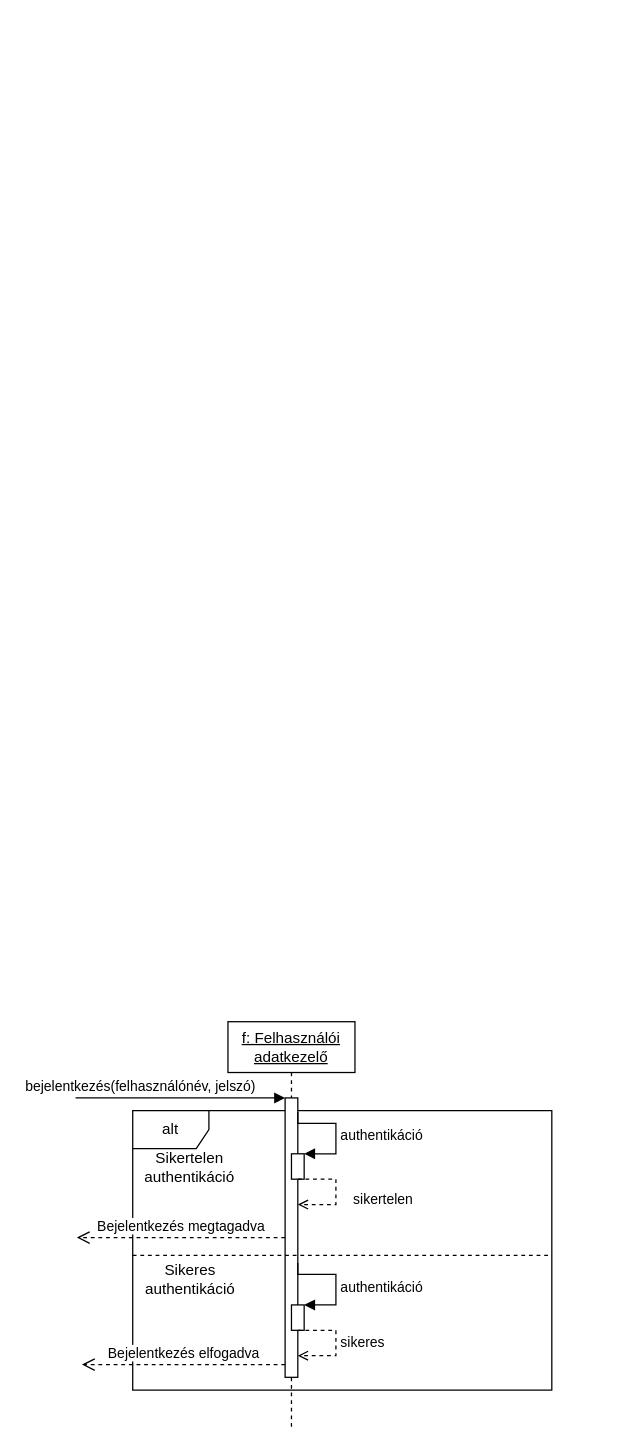
Before: doc/editable_files/login_seq.drawio in amadehegedus/cool, a draw.io diagram. Source tidied: cells renumbered, new cells numbered last; positions are measured from the earlier drawing's top-left corner, leaving out a move shared by most shapes. Both pictures are drawn from the tidied source at 127%, with x=0, y=0 at pixel (75, 1021).
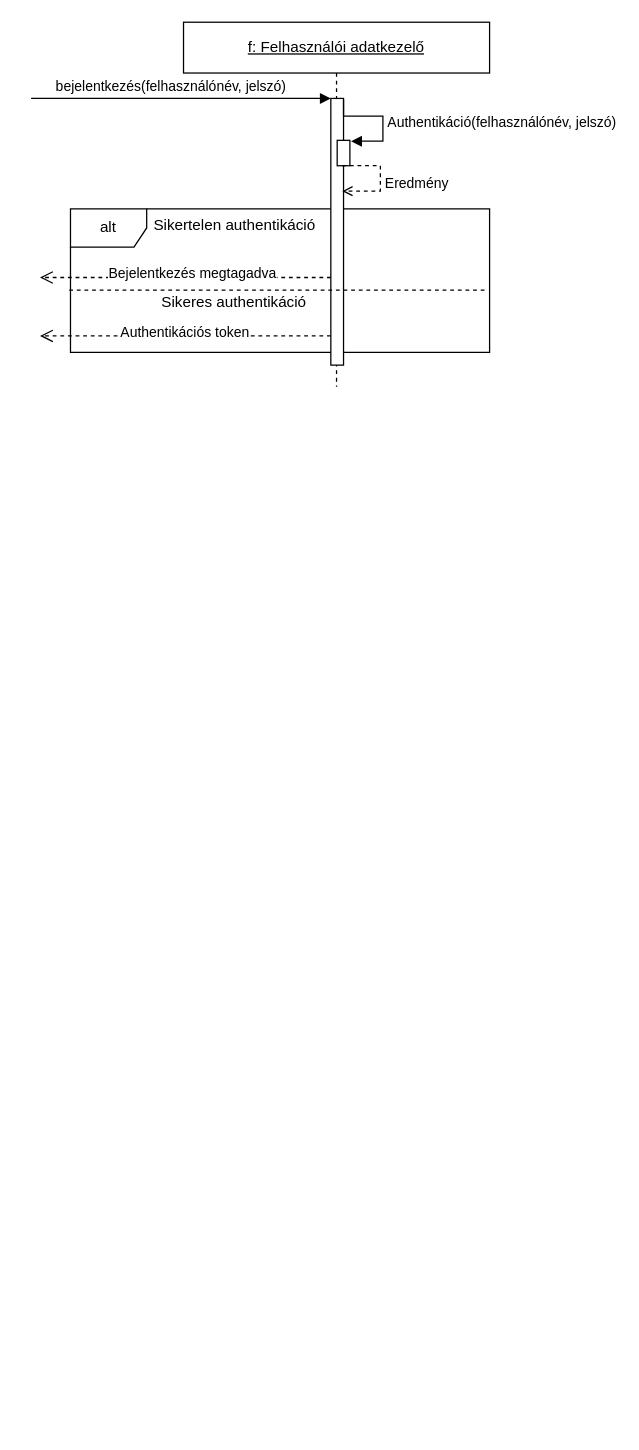
The same page after the edit.

The edit, as a diff of the source:
```diff
@@
+    <mxCell id="3" value="&lt;u&gt;f: Felhasználói adatkezelő&lt;/u&gt;" style="shape=umlLifeline;perimeter=lifelinePerimeter;whiteSpace=wrap;html=1;" parent="1" vertex="1">
+      <mxGeometry x="85" y="-787" width="241" height="287" as="geometry" />
+    </mxCell>
-    <mxCell id="2" value="alt" style="shape=umlFrame;whiteSpace=wrap;html=1;" parent="1" vertex="1">
-      <mxGeometry x="45" y="70" width="330" height="220" as="geometry" />
+    <mxCell id="2" value="alt" style="shape=umlFrame;whiteSpace=wrap;html=1;" parent="3" vertex="1">
+      <mxGeometry x="-89" y="147" width="330" height="113" as="geometry" />
     </mxCell>
-    <mxCell id="3" value="&lt;u&gt;f: Felhasználói adatkezelő&lt;/u&gt;" style="shape=umlLifeline;perimeter=lifelinePerimeter;whiteSpace=wrap;html=1;" parent="1" vertex="1">
-      <mxGeometry x="120" width="100" height="320" as="geometry" />
-    </mxCell>
     <mxCell id="4" style="html=1;points=[];perimeter=orthogonalPerimeter;" parent="3" vertex="1">
-      <mxGeometry x="45" y="60" width="10" height="220" as="geometry" />
+      <mxGeometry x="116" y="60" width="10" height="210" as="geometry" />
     </mxCell>
     <mxCell id="5" value="bejelentkezés(felhasználónév, jelszó)" style="html=1;verticalAlign=bottom;endArrow=block;entryX=0;entryY=0;rounded=0;" parent="3" edge="1" target="4">
-      <mxGeometry x="-0.38" relative="1" as="geometry">
+      <mxGeometry x="-0.07" relative="1" as="geometry">
         <mxPoint x="-120" y="60" as="sourcePoint" />
       </mxGeometry>
     </mxCell>
     <mxCell id="6" style="html=1;points=[];perimeter=orthogonalPerimeter;" parent="3" vertex="1">
-      <mxGeometry x="50" y="104" width="10" height="20" as="geometry" />
+      <mxGeometry x="121" y="93" width="10" height="20" as="geometry" />
     </mxCell>
-    <mxCell id="7" value="authentikáció" style="edgeStyle=orthogonalEdgeStyle;html=1;align=left;spacingLeft=2;endArrow=block;rounded=0;entryX=1;entryY=0;" parent="3" edge="1" target="6">
+    <mxCell id="7" value="Authentikáció(felhasználónév, jelszó)" style="edgeStyle=orthogonalEdgeStyle;html=1;align=left;spacingLeft=2;endArrow=block;rounded=0;entryX=0.992;entryY=0.184;entryDx=0;entryDy=0;entryPerimeter=0;" parent="3" edge="1">
       <mxGeometry x="0.11" relative="1" as="geometry">
-        <mxPoint x="55" y="71" as="sourcePoint" />
+        <mxPoint x="126" y="61" as="sourcePoint" />
+        <mxPoint x="131.9" y="93.7" as="targetPoint" />
         <Array as="points">
-          <mxPoint x="55" y="80" />
-          <mxPoint x="85" y="80" />
-          <mxPoint x="85" y="104" />
+          <mxPoint x="126" y="74" />
+          <mxPoint x="157" y="74" />
+          <mxPoint x="157" y="94" />
         </Array>
       </mxGeometry>
     </mxCell>
-    <mxCell id="8" value="sikertelen" style="edgeStyle=orthogonalEdgeStyle;html=1;align=left;spacingLeft=2;endArrow=open;rounded=0;entryX=1;entryY=0.192;entryDx=0;entryDy=0;entryPerimeter=0;dashed=1;endFill=0;" parent="3" edge="1">
-      <mxGeometry x="0.15" y="10" relative="1" as="geometry">
-        <mxPoint x="55" y="124" as="sourcePoint" />
-        <mxPoint x="55" y="144" as="targetPoint" />
+    <mxCell id="8" value="Eredmény" style="edgeStyle=orthogonalEdgeStyle;html=1;align=left;spacingLeft=2;endArrow=open;rounded=0;entryX=1;entryY=0.192;entryDx=0;entryDy=0;entryPerimeter=0;dashed=1;endFill=0;" parent="3" edge="1">
+      <mxGeometry x="0.1" relative="1" as="geometry">
+        <mxPoint x="125" y="113" as="sourcePoint" />
+        <mxPoint x="125" y="133" as="targetPoint" />
         <Array as="points">
-          <mxPoint x="85" y="124" />
-          <mxPoint x="85" y="144" />
+          <mxPoint x="155" y="113" />
+          <mxPoint x="155" y="133" />
         </Array>
       </mxGeometry>
     </mxCell>
-    <mxCell id="9" style="html=1;perimeter=orthogonalPerimeter;" parent="3" vertex="1">
-      <mxGeometry x="50" y="223" width="10" height="20" as="geometry" />
-    </mxCell>
-    <mxCell id="10" value="sikeres" style="edgeStyle=orthogonalEdgeStyle;html=1;align=left;spacingLeft=2;endArrow=open;rounded=0;entryX=1;entryY=0.192;entryDx=0;entryDy=0;entryPerimeter=0;dashed=1;endFill=0;" parent="3" edge="1">
-      <mxGeometry relative="1" as="geometry">
-        <mxPoint x="55" y="243" as="sourcePoint" />
-        <mxPoint x="55" y="263" as="targetPoint" />
-        <Array as="points">
-          <mxPoint x="85" y="243" />
-          <mxPoint x="85" y="263" />
-        </Array>
-      </mxGeometry>
-    </mxCell>
+    <mxCell id="14" value="Bejelentkezés megtagadva" style="html=1;verticalAlign=bottom;endArrow=open;dashed=1;endSize=8;rounded=0;" parent="3" edge="1">
+      <mxGeometry x="-0.05" y="6" relative="1" as="geometry">
+        <mxPoint x="116" y="201" as="sourcePoint" />
+        <mxPoint x="-113" y="201" as="targetPoint" />
+        <Array as="points">
+          <mxPoint x="-34" y="201" />
+        </Array>
+      </mxGeometry>
+    </mxCell>
+    <mxCell id="13" value="Sikertelen authentikáció" style="text;html=1;strokeColor=none;fillColor=none;align=center;verticalAlign=middle;whiteSpace=wrap;rounded=0;dashed=1;" parent="3" vertex="1">
+      <mxGeometry x="-34" y="145" width="149" height="30" as="geometry" />
+    </mxCell>
+    <mxCell id="16" value="Sikeres authentikáció" style="text;html=1;strokeColor=none;fillColor=none;align=center;verticalAlign=middle;whiteSpace=wrap;rounded=0;dashed=1;" parent="3" vertex="1">
+      <mxGeometry x="-42" y="206" width="164" height="30" as="geometry" />
+    </mxCell>
+    <mxCell id="12" style="line;strokeWidth=1;fillColor=none;align=left;verticalAlign=middle;spacingTop=-1;spacingLeft=3;spacingRight=3;labelPosition=right;dashed=1;" parent="1" vertex="1">
+      <mxGeometry x="-5" y="-580" width="330" height="8" as="geometry" />
+    </mxCell>
-    <mxCell id="11" value="Bejelentkezés elfogadva" style="html=1;verticalAlign=bottom;endArrow=open;dashed=1;endSize=8;rounded=0;" parent="1" edge="1" source="4">
-      <mxGeometry relative="1" as="geometry">
-        <mxPoint x="5" y="270" as="targetPoint" />
+    <mxCell id="11" value="Authentikációs token" style="html=1;verticalAlign=bottom;endArrow=open;dashed=1;endSize=8;rounded=0;" parent="1" edge="1">
+      <mxGeometry y="6" relative="1" as="geometry">
+        <mxPoint x="201" y="-540" as="sourcePoint" />
+        <mxPoint x="-28" y="-540" as="targetPoint" />
         <Array as="points">
-          <mxPoint x="85" y="270" />
+          <mxPoint x="121" y="-540" />
+          <mxPoint x="96" y="-540" />
         </Array>
       </mxGeometry>
     </mxCell>
-    <mxCell id="12" style="line;strokeWidth=1;fillColor=none;align=left;verticalAlign=middle;spacingTop=-1;spacingLeft=3;spacingRight=3;labelPosition=right;dashed=1;" parent="1" vertex="1">
-      <mxGeometry x="45" y="180" width="330" height="8" as="geometry" />
-    </mxCell>
-    <mxCell id="13" value="Sikertelen&lt;br&gt;authentikáció" style="text;html=1;strokeColor=none;fillColor=none;align=center;verticalAlign=middle;whiteSpace=wrap;rounded=0;dashed=1;" parent="1" vertex="1">
-      <mxGeometry x="60" y="100" width="60" height="30" as="geometry" />
-    </mxCell>
-    <mxCell id="14" value="Bejelentkezés megtagadva" style="html=1;verticalAlign=bottom;endArrow=open;dashed=1;endSize=8;rounded=0;" parent="1" edge="1">
-      <mxGeometry relative="1" as="geometry">
-        <mxPoint x="165" y="170" as="sourcePoint" />
-        <mxPoint x="1" y="170" as="targetPoint" />
-        <Array as="points">
-          <mxPoint x="15" y="170" />
-        </Array>
-      </mxGeometry>
-    </mxCell>
-    <mxCell id="15" value="authentikáció" style="edgeStyle=orthogonalEdgeStyle;html=1;align=left;spacingLeft=2;endArrow=block;rounded=0;entryX=1;entryY=0;" parent="1" edge="1">
-      <mxGeometry x="0.11" relative="1" as="geometry">
-        <mxPoint x="175" y="190" as="sourcePoint" />
-        <mxPoint x="180" y="223" as="targetPoint" />
-        <Array as="points">
-          <mxPoint x="175" y="199" />
-          <mxPoint x="205" y="199" />
-          <mxPoint x="205" y="223" />
-        </Array>
-      </mxGeometry>
-    </mxCell>
-    <mxCell id="16" value="Sikeres&lt;br&gt;authentikáció" style="text;html=1;strokeColor=none;fillColor=none;align=center;verticalAlign=middle;whiteSpace=wrap;rounded=0;dashed=1;" parent="1" vertex="1">
-      <mxGeometry x="58" y="188" width="65" height="30" as="geometry" />
-    </mxCell>
```
